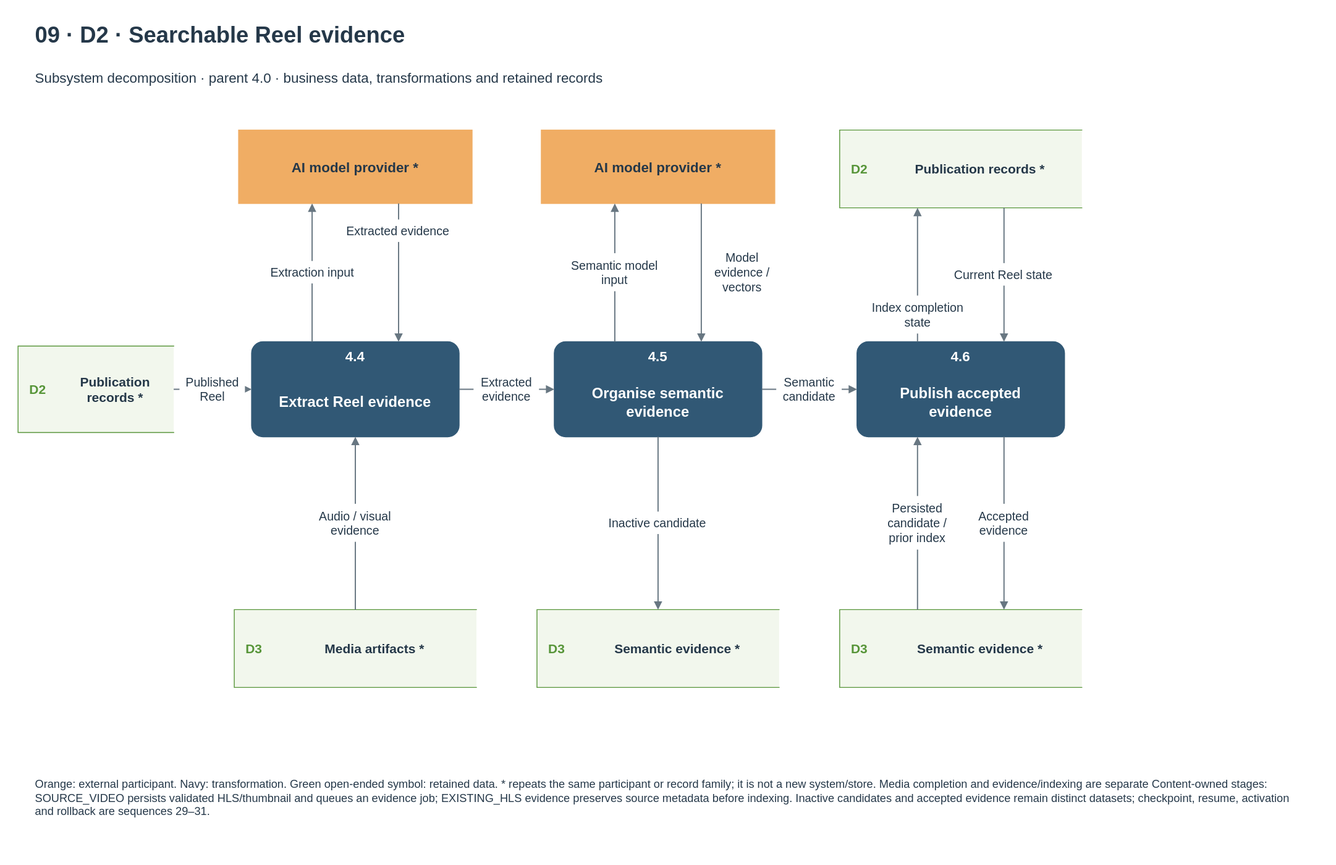
The draw.io diagram docs/diagrams/velora-current/importable-svg/09-dfd-index.drawio.svg in HieuCuteDangYeu/velora-backend, before a commit. Source tidied: cells renumbered, new cells last; positions are measured from the earlier drawing's top-left corner, leaving out a move shared by most shapes.
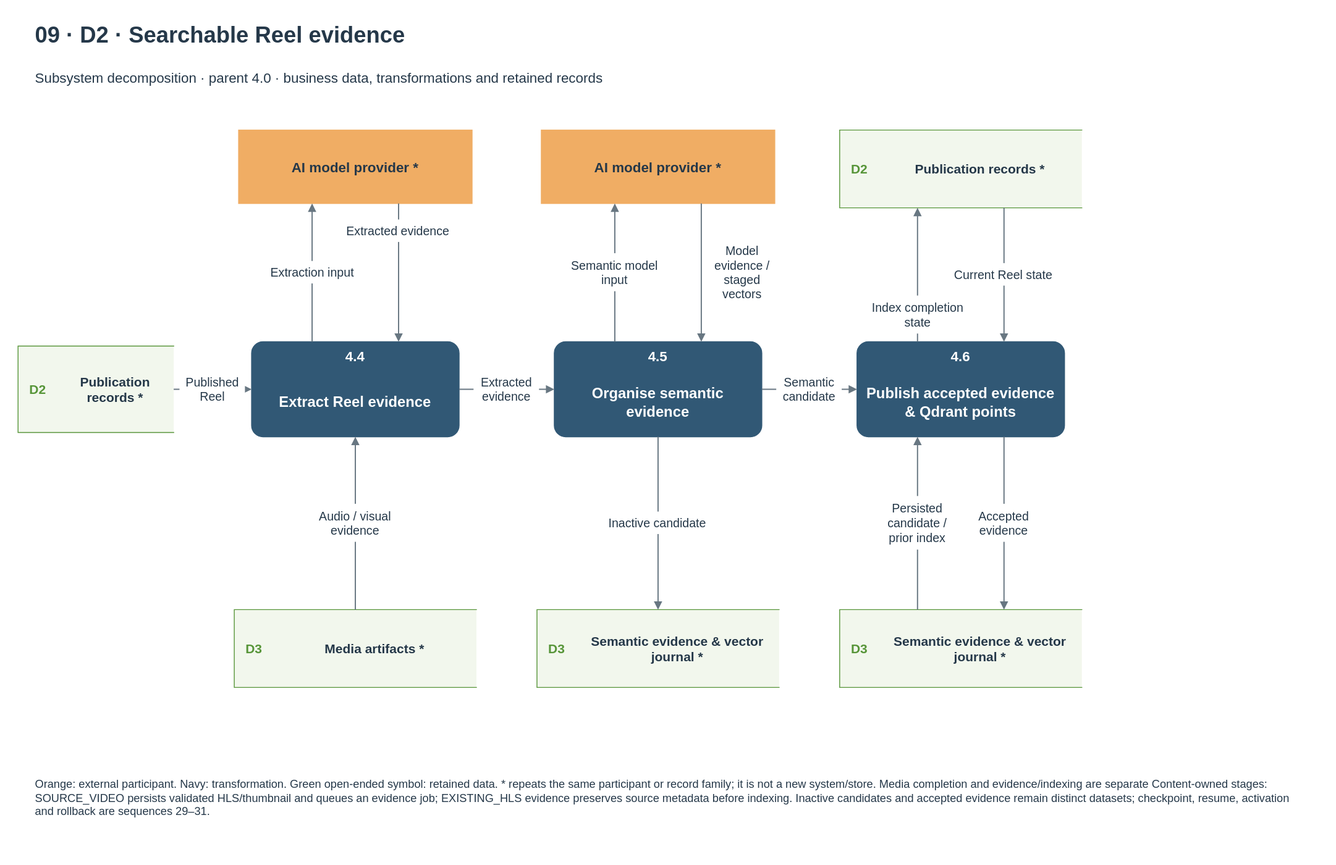
Later version of the same file.

Commit message:
docs(diagrams): update architecture and indexing diagrams for qdrant vector pipeline

What changed in the source:
```diff
@@ -32,7 +32,7 @@
     <mxCell id="11" value="4.6" style="text;html=1;whiteSpace=wrap;fontFamily=Arial;fontSize=16;fontColor=white;fontStyle=1;align=center;verticalAlign=middle;spacing=0;" parent="10" vertex="1">
       <mxGeometry x="5" y="4" width="230" height="25" as="geometry" />
     </mxCell>
-    <mxCell id="12" value="Publish accepted&lt;br&gt;evidence" style="text;html=1;whiteSpace=wrap;fontFamily=Arial;fontSize=17;fontColor=white;fontStyle=1;align=center;verticalAlign=middle;spacing=0;" parent="10" vertex="1">
+    <mxCell id="12" value="Publish accepted evidence&lt;br&gt;&amp; Qdrant points" style="text;html=1;whiteSpace=wrap;fontFamily=Arial;fontSize=17;fontColor=white;fontStyle=1;align=center;verticalAlign=middle;spacing=0;" parent="10" vertex="1">
       <mxGeometry x="8" y="36" width="224" height="70" as="geometry" />
     </mxCell>
     <mxCell id="13" style="shape=partialRectangle;right=0;left=1;top=1;bottom=1;rounded=0;fillColor=#f2f7ed;strokeColor=#579539;whiteSpace=wrap;" parent="1" vertex="1">
@@ -71,7 +71,7 @@
     <mxCell id="24" value="D3" style="text;html=1;whiteSpace=wrap;fontFamily=Arial;fontSize=15;fontColor=#579539;fontStyle=1;align=center;verticalAlign=middle;spacing=0;" parent="23" vertex="1">
       <mxGeometry x="2" y="2" width="42" height="86" as="geometry" />
     </mxCell>
-    <mxCell id="25" value="Semantic evidence *" style="text;html=1;whiteSpace=wrap;fontFamily=Arial;fontSize=15;fontColor=#253849;fontStyle=1;align=center;verticalAlign=middle;spacing=0;" parent="23" vertex="1">
+    <mxCell id="25" value="Semantic evidence &amp;&lt;br&gt;vector journal *" style="text;html=1;whiteSpace=wrap;fontFamily=Arial;fontSize=15;fontColor=#253849;fontStyle=1;align=center;verticalAlign=middle;spacing=0;" parent="23" vertex="1">
       <mxGeometry x="53" y="5" width="219" height="80" as="geometry" />
     </mxCell>
     <mxCell id="26" style="shape=partialRectangle;right=0;left=1;top=1;bottom=1;rounded=0;fillColor=#f2f7ed;strokeColor=#579539;whiteSpace=wrap;" parent="1" vertex="1">
@@ -182,7 +182,7 @@
     <mxCell id="61" style="fillColor=#ffffff;strokeColor=none;" parent="1" vertex="1">
       <mxGeometry x="796" y="264" width="83" height="62" as="geometry" />
     </mxCell>
-    <mxCell id="62" value="Model&lt;br&gt;evidence /&lt;br&gt;vectors" style="text;html=1;whiteSpace=wrap;fontFamily=Arial;fontSize=14;fontColor=#253849;fontStyle=0;align=center;verticalAlign=middle;spacing=0;" parent="1" vertex="1">
+    <mxCell id="62" value="Model evidence /&lt;br&gt;staged vectors" style="text;html=1;whiteSpace=wrap;fontFamily=Arial;fontSize=14;fontColor=#253849;fontStyle=0;align=center;verticalAlign=middle;spacing=0;" parent="1" vertex="1">
       <mxGeometry x="796" y="264" width="83" height="62" as="geometry" />
     </mxCell>
     <mxCell id="63" style="fillColor=#ffffff;strokeColor=none;" parent="1" vertex="1">
```
